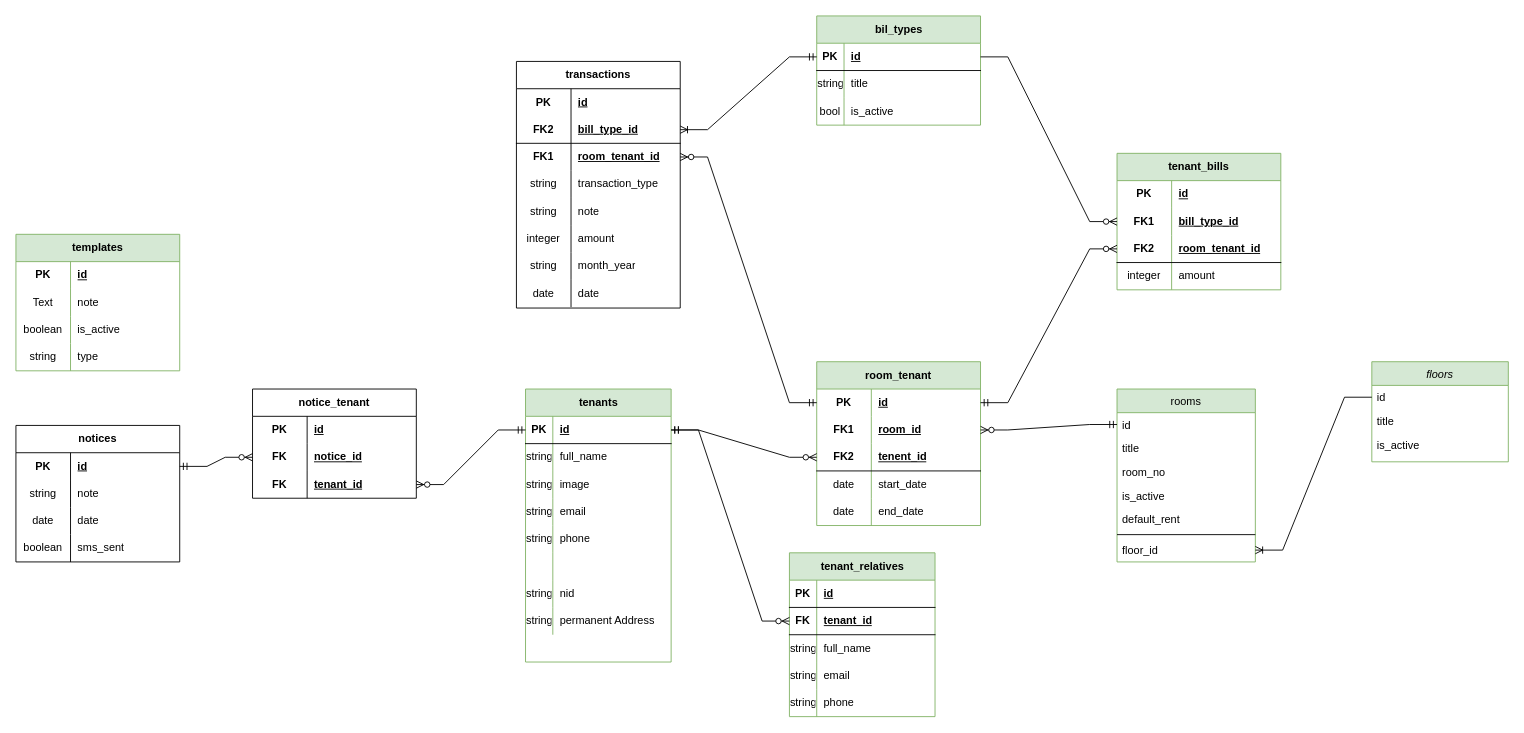
Before: Untitled Diagram.drawio in grim-firefly/storage, a draw.io diagram. Source tidied: cells renumbered, new cells numbered last; positions are measured from the earlier drawing's top-left corner, leaving out a move shared by most shapes. Both pictures are drawn from the tidied source at 91%, with x=0, y=0 at pixel (15, 15).
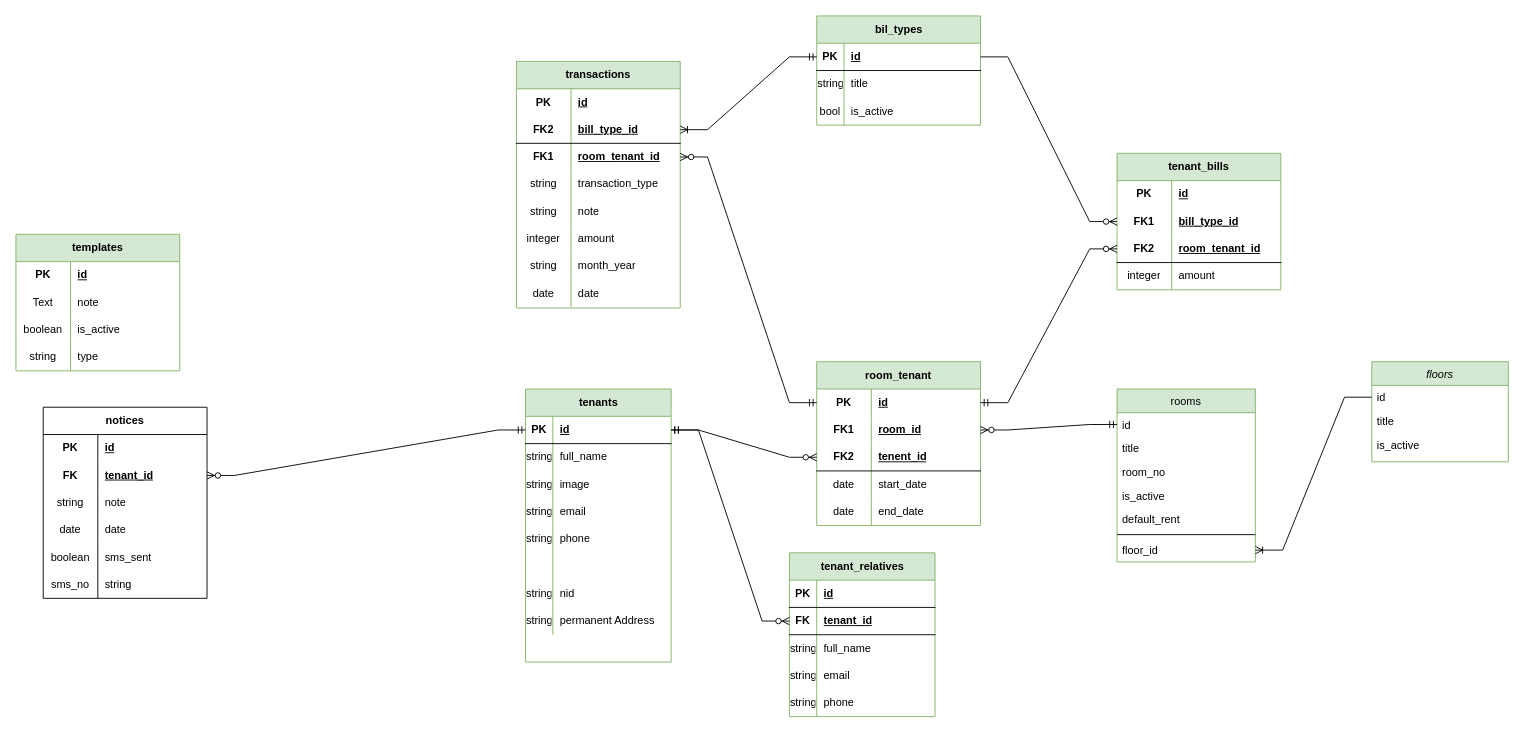
After the change.

The change refers to these unchanged cells:
```xml
<mxCell id="111" style="shape=tableRow;horizontal=0;startSize=0;swimlaneHead=0;swimlaneBody=0;fillColor=none;points=[[0,0.5],[1,0.5]];portConstraint=eastwest;top=0;left=0;right=0;bottom=0;html=1;" parent="110" vertex="1">
  <mxGeometry y="30" width="180" height="30" as="geometry" />
</mxCell>
```

The edit, as a diff of the source:
```diff
@@
-    <mxCell id="66" value="transactions" style="shape=table;startSize=30;childLayout=tableLayout;rowLines=0;fontStyle=1;align=center;html=1;whiteSpace=wrap;" parent="1" vertex="1">
+    <mxCell id="66" value="transactions" style="shape=table;startSize=30;childLayout=tableLayout;rowLines=0;fontStyle=1;align=center;html=1;whiteSpace=wrap;fillColor=#d5e8d4;strokeColor=#82b366;" parent="1" vertex="1">
       <mxGeometry x="550" y="50" width="180" height="271" as="geometry" />
     </mxCell>
@@
     <mxCell id="110" value="notices" style="shape=table;startSize=30;childLayout=tableLayout;rowLines=0;fontStyle=1;align=center;html=1;whiteSpace=wrap;" parent="1" vertex="1">
-      <mxGeometry y="450" width="180" height="150" as="geometry" />
+      <mxGeometry x="30" y="430" width="180" height="210" as="geometry" />
     </mxCell>
@@
+    <mxCell id="130" style="shape=tableRow;horizontal=0;startSize=0;swimlaneHead=0;swimlaneBody=0;fillColor=none;points=[[0,0.5],[1,0.5]];portConstraint=eastwest;top=0;left=0;right=0;bottom=0;html=1;" parent="110" vertex="1">
+      <mxGeometry y="60" width="180" height="30" as="geometry" />
+    </mxCell>
+    <mxCell id="131" value="FK" style="shape=partialRectangle;fillColor=none;top=0;left=0;bottom=0;right=0;fontStyle=1;overflow=hidden;html=1;whiteSpace=wrap;" parent="130" vertex="1">
+      <mxGeometry width="60" height="30" as="geometry" />
+    </mxCell>
+    <mxCell id="132" value="tenant_id" style="shape=partialRectangle;fillColor=none;top=0;left=0;bottom=0;right=0;align=left;spacingLeft=6;fontStyle=5;overflow=hidden;html=1;whiteSpace=wrap;" parent="130" vertex="1">
+      <mxGeometry x="60" width="120" height="30" as="geometry" />
+    </mxCell>
     <mxCell id="114" style="shape=tableRow;horizontal=0;startSize=0;swimlaneHead=0;swimlaneBody=0;fillColor=none;top=0;left=0;right=0;bottom=0;html=1;" parent="110" vertex="1">
-      <mxGeometry y="60" width="180" height="30" as="geometry" />
+      <mxGeometry y="90" width="180" height="30" as="geometry" />
     </mxCell>
@@
     <mxCell id="117" style="shape=tableRow;horizontal=0;startSize=0;swimlaneHead=0;swimlaneBody=0;fillColor=none;top=0;left=0;right=0;bottom=0;html=1;" parent="110" vertex="1">
-      <mxGeometry y="90" width="180" height="30" as="geometry" />
+      <mxGeometry y="120" width="180" height="30" as="geometry" />
     </mxCell>
@@
     <mxCell id="120" style="shape=tableRow;horizontal=0;startSize=0;swimlaneHead=0;swimlaneBody=0;fillColor=none;top=0;left=0;right=0;bottom=0;html=1;" parent="110" vertex="1">
-      <mxGeometry y="120" width="180" height="30" as="geometry" />
+      <mxGeometry y="150" width="180" height="30" as="geometry" />
     </mxCell>
@@
-    <mxCell id="123" value="notice_tenant" style="shape=table;startSize=30;childLayout=tableLayout;rowLines=0;fontStyle=1;align=center;html=1;whiteSpace=wrap;" parent="1" vertex="1">
-      <mxGeometry x="260" y="410" width="180" height="120" as="geometry" />
-    </mxCell>
-    <mxCell id="124" style="shape=tableRow;horizontal=0;startSize=0;swimlaneHead=0;swimlaneBody=0;fillColor=none;top=0;left=0;right=0;bottom=0;html=1;" parent="123" vertex="1">
-      <mxGeometry y="30" width="180" height="30" as="geometry" />
-    </mxCell>
-    <mxCell id="125" value="PK" style="shape=partialRectangle;fillColor=none;top=0;left=0;bottom=0;right=0;fontStyle=1;overflow=hidden;html=1;whiteSpace=wrap;" parent="124" vertex="1">
-      <mxGeometry width="60" height="30" as="geometry" />
-    </mxCell>
-    <mxCell id="126" value="id" style="shape=partialRectangle;fillColor=none;top=0;left=0;bottom=0;right=0;align=left;spacingLeft=6;fontStyle=5;overflow=hidden;html=1;whiteSpace=wrap;" parent="124" vertex="1">
-      <mxGeometry x="60" width="120" height="30" as="geometry" />
-    </mxCell>
-    <mxCell id="127" style="shape=tableRow;horizontal=0;startSize=0;swimlaneHead=0;swimlaneBody=0;fillColor=none;points=[[0,0.5],[1,0.5]];portConstraint=eastwest;top=0;left=0;right=0;bottom=0;html=1;" parent="123" vertex="1">
-      <mxGeometry y="60" width="180" height="30" as="geometry" />
-    </mxCell>
-    <mxCell id="128" value="FK" style="shape=partialRectangle;fillColor=none;top=0;left=0;bottom=0;right=0;fontStyle=1;overflow=hidden;html=1;whiteSpace=wrap;" parent="127" vertex="1">
-      <mxGeometry width="60" height="30" as="geometry" />
-    </mxCell>
-    <mxCell id="129" value="notice_id" style="shape=partialRectangle;fillColor=none;top=0;left=0;bottom=0;right=0;align=left;spacingLeft=6;fontStyle=5;overflow=hidden;html=1;whiteSpace=wrap;" parent="127" vertex="1">
-      <mxGeometry x="60" width="120" height="30" as="geometry" />
-    </mxCell>
-    <mxCell id="130" style="shape=tableRow;horizontal=0;startSize=0;swimlaneHead=0;swimlaneBody=0;fillColor=none;points=[[0,0.5],[1,0.5]];portConstraint=eastwest;top=0;left=0;right=0;bottom=0;html=1;" parent="123" vertex="1">
-      <mxGeometry y="90" width="180" height="30" as="geometry" />
-    </mxCell>
-    <mxCell id="131" value="FK" style="shape=partialRectangle;fillColor=none;top=0;left=0;bottom=0;right=0;fontStyle=1;overflow=hidden;html=1;whiteSpace=wrap;" parent="130" vertex="1">
-      <mxGeometry width="60" height="30" as="geometry" />
-    </mxCell>
-    <mxCell id="132" value="tenant_id" style="shape=partialRectangle;fillColor=none;top=0;left=0;bottom=0;right=0;align=left;spacingLeft=6;fontStyle=5;overflow=hidden;html=1;whiteSpace=wrap;" parent="130" vertex="1">
-      <mxGeometry x="60" width="120" height="30" as="geometry" />
-    </mxCell>
-    <mxCell id="133" style="edgeStyle=entityRelationEdgeStyle;fontSize=12;html=1;endArrow=ERzeroToMany;startArrow=ERmandOne;rounded=0;" parent="1" edge="1" source="111" target="127">
-      <mxGeometry relative="1" as="geometry" />
-    </mxCell>
+    <mxCell id="165" style="shape=tableRow;horizontal=0;startSize=0;swimlaneHead=0;swimlaneBody=0;fillColor=none;top=0;left=0;right=0;bottom=0;html=1;" parent="110" vertex="1">
+      <mxGeometry y="180" width="180" height="30" as="geometry" />
+    </mxCell>
+    <mxCell id="166" value="sms_no" style="shape=partialRectangle;fillColor=none;top=0;left=0;bottom=0;right=0;overflow=hidden;html=1;whiteSpace=wrap;" parent="165" vertex="1">
+      <mxGeometry width="60" height="30" as="geometry" />
+    </mxCell>
+    <mxCell id="167" value="string" style="shape=partialRectangle;fillColor=none;top=0;left=0;bottom=0;right=0;align=left;spacingLeft=6;overflow=hidden;html=1;whiteSpace=wrap;" parent="165" vertex="1">
+      <mxGeometry x="60" width="120" height="30" as="geometry" />
+    </mxCell>
```
